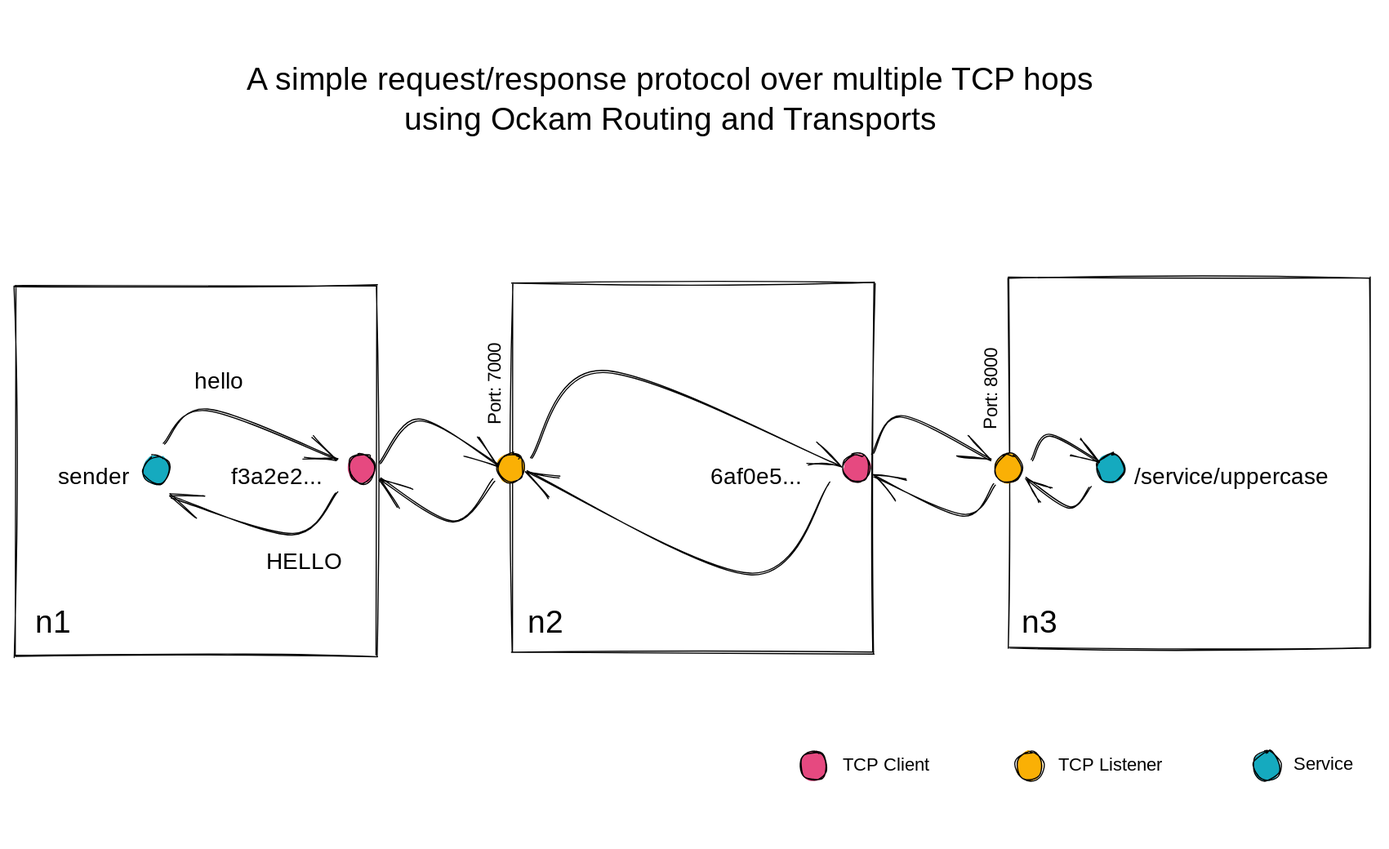
build-trust/ockam-documentation keeps this Excalidraw diagram as .gitbook/assets/file.excalidraw.svg. Above is the earlier version. Source tidied: one line per element, renumbered; positions are measured from the earlier drawing's top-left corner, leaving out a move shared by most shapes.
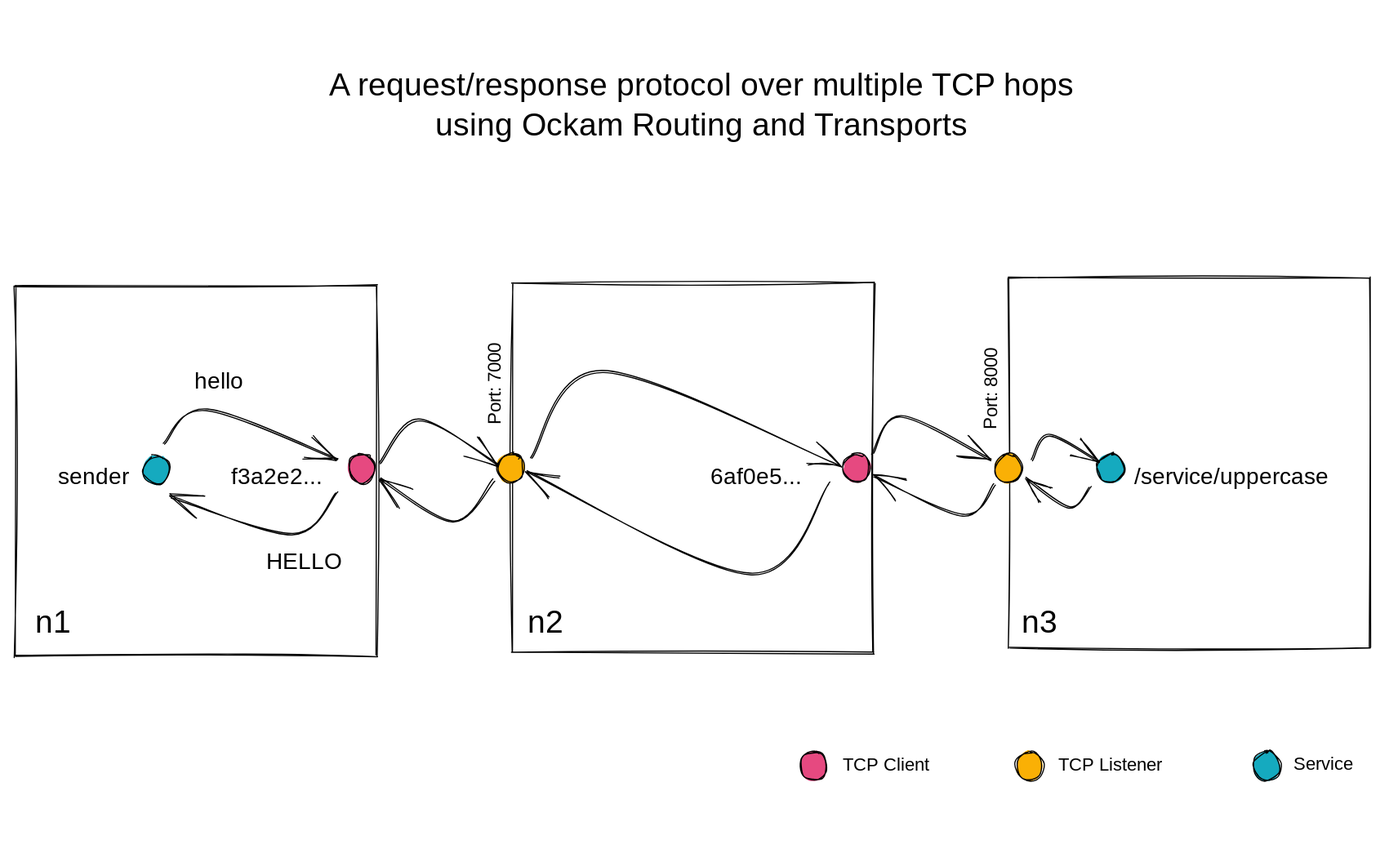
After the commit.

Commit message:
GITBOOK-1008: change request with no subject merged in GitBook

Diff of the diagram source:
```diff
@@ -32,7 +32,7 @@
 {"id": 31, "type": "text", "text": "hello", "strokeColor": "#000000", "strokeWidth": 1, "roughness": 1, "fontSize": 20, "fontFamily": 1, "x": 160, "y": 312, "width": 44, "height": 25}
 {"id": 32, "type": "text", "text": "HELLO", "strokeColor": "#000000", "strokeWidth": 1, "roughness": 1, "fontSize": 20, "fontFamily": 1, "x": 223, "y": 470, "width": 65, "height": 25}
 {"id": 33, "type": "text", "text": "rr", "strokeColor": "transparent", "strokeWidth": 1, "roughness": 1, "fontSize": 20, "fontFamily": 1, "x": 494, "y": 57, "width": 19, "height": 25}
-{"id": 34, "type": "text", "text": "A simple request/response protocol over multiple TCP hops\nusing Ockam Routing and Transports", "strokeColor": "#000000", "strokeWidth": 1, "roughness": 1, "fontSize": 28, "fontFamily": 1, "textAlign": "center", "x": 171, "y": 44, "width": 811, "height": 70}
+{"id": 34, "type": "text", "text": "A request/response protocol over multiple TCP hops\nusing Ockam Routing and Transports", "strokeColor": "#000000", "strokeWidth": 1, "roughness": 1, "fontSize": 28, "fontFamily": 1, "textAlign": "center", "x": 242, "y": 48, "width": 722, "height": 70}
 {"id": 35, "type": "text", "text": "f3a2e2...", "strokeColor": "#000000", "strokeWidth": 1, "roughness": 1, "fontSize": 20, "fontFamily": 1, "x": 192, "y": 395, "width": 95, "height": 25}
 {"id": 36, "type": "text", "text": "6af0e5...", "strokeColor": "#000000", "strokeWidth": 1, "roughness": 1, "fontSize": 20, "fontFamily": 1, "x": 611, "y": 395, "width": 91, "height": 25}
 {"id": 37, "type": "ellipse", "strokeColor": "#000000", "backgroundColor": "#15aabf", "fillStyle": "solid", "strokeWidth": 1, "roughness": 1, "round": true, "x": 115, "y": 389, "width": 23, "height": 25}
```
